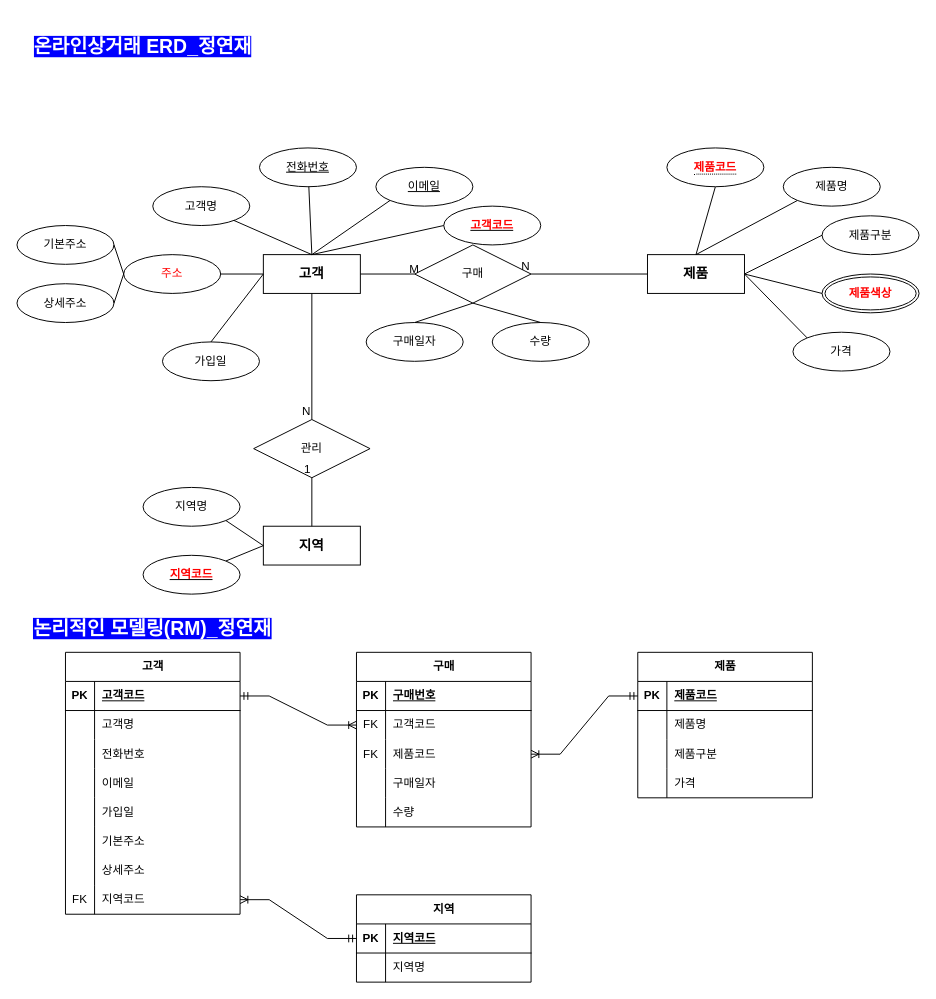
Before: product.drawio in YeonjaeMan/JavaStudy, a draw.io diagram. Source tidied: cells renumbered, new cells numbered last; positions are measured from the earlier drawing's top-left corner, leaving out a move shared by most shapes. Both pictures are drawn from the tidied source at 97%, with x=0, y=0 at pixel (16, 31).
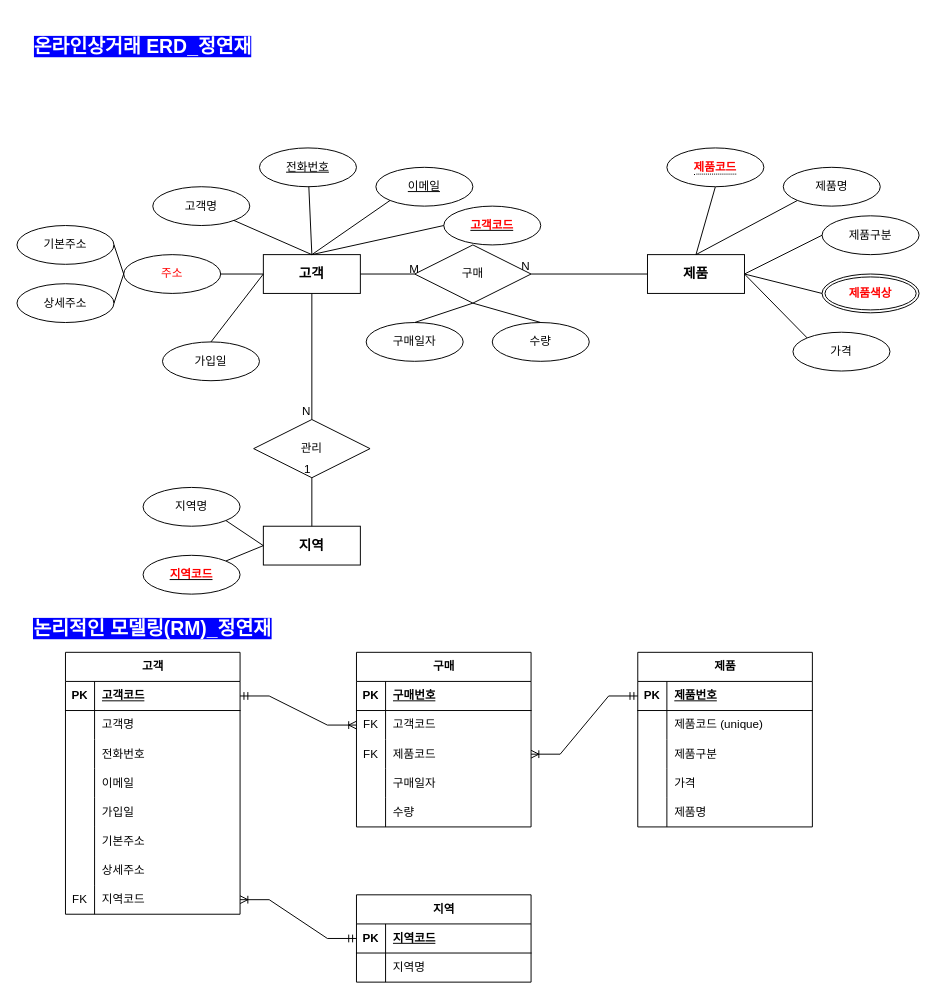
After the change.

The change refers to these unchanged cells:
```xml
<mxCell id="76" style="shape=tableRow;horizontal=0;startSize=0;swimlaneHead=0;swimlaneBody=0;fillColor=none;points=[[0,0.5],[1,0.5]];portConstraint=eastwest;top=0;left=0;right=0;bottom=1;" parent="75" vertex="1">
  <mxGeometry y="30" width="180" height="30" as="geometry" />
</mxCell>
<mxCell id="79" style="shape=tableRow;horizontal=0;startSize=0;swimlaneHead=0;swimlaneBody=0;fillColor=none;top=0;left=0;right=0;bottom=0;" parent="75" vertex="1">
  <mxGeometry y="60" width="180" height="30" as="geometry" />
</mxCell>
```

What changed in the source:
```diff
@@
     <mxCell id="75" value="제품" style="shape=table;startSize=30;childLayout=tableLayout;rowLines=0;fontStyle=1;align=center;html=1;" parent="1" vertex="1">
-      <mxGeometry x="640" y="640" width="180" height="150" as="geometry" />
+      <mxGeometry x="640" y="640" width="180" height="180" as="geometry" />
     </mxCell>
@@
-    <mxCell id="78" value="제품코드" style="shape=partialRectangle;fillColor=none;top=0;left=0;bottom=0;right=0;align=left;spacingLeft=6;fontStyle=5;overflow=hidden;whiteSpace=wrap;html=1;" parent="76" vertex="1">
+    <mxCell id="78" value="제품번호" style="shape=partialRectangle;fillColor=none;top=0;left=0;bottom=0;right=0;align=left;spacingLeft=6;fontStyle=5;overflow=hidden;whiteSpace=wrap;html=1;" parent="76" vertex="1">
       <mxGeometry x="30" width="150" height="30" as="geometry" />
     </mxCell>
@@
-    <mxCell id="81" value="제품명" style="shape=partialRectangle;fillColor=none;top=0;left=0;bottom=0;right=0;align=left;spacingLeft=6;overflow=hidden;whiteSpace=wrap;html=1;" parent="79" vertex="1">
+    <mxCell id="81" value="제품코드 (unique)" style="shape=partialRectangle;fillColor=none;top=0;left=0;bottom=0;right=0;align=left;spacingLeft=6;overflow=hidden;whiteSpace=wrap;html=1;" parent="79" vertex="1">
       <mxGeometry x="30" width="150" height="30" as="geometry" />
     </mxCell>
@@
+    <mxCell id="115" style="shape=tableRow;horizontal=0;startSize=0;swimlaneHead=0;swimlaneBody=0;fillColor=none;top=0;left=0;right=0;bottom=0;" parent="75" vertex="1">
+      <mxGeometry y="150" width="180" height="30" as="geometry" />
+    </mxCell>
+    <mxCell id="116" style="shape=partialRectangle;fillColor=none;top=0;left=0;bottom=0;right=0;overflow=hidden;whiteSpace=wrap;html=1;" parent="115" vertex="1">
+      <mxGeometry width="30" height="30" as="geometry" />
+    </mxCell>
+    <mxCell id="117" value="제품명" style="shape=partialRectangle;fillColor=none;top=0;left=0;bottom=0;right=0;align=left;spacingLeft=6;overflow=hidden;whiteSpace=wrap;html=1;" parent="115" vertex="1">
+      <mxGeometry x="30" width="150" height="30" as="geometry" />
+    </mxCell>
```
